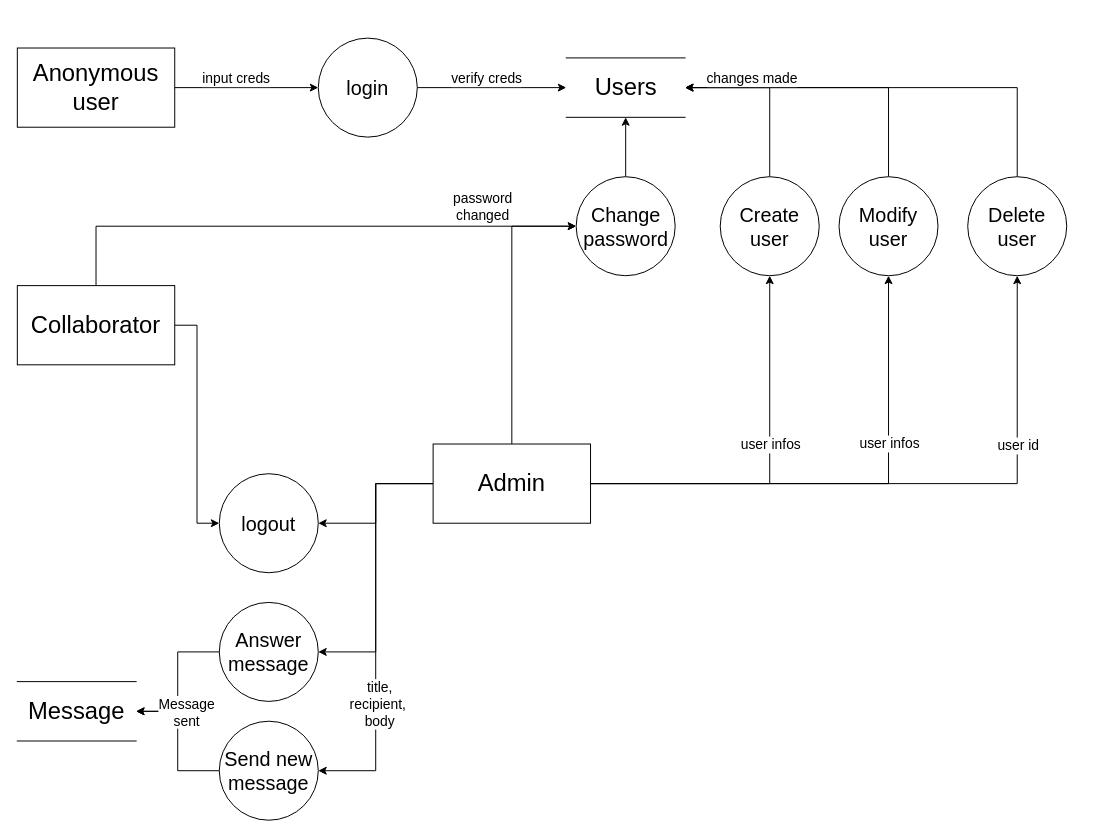
Above: rapport/Untitled Diagram.drawio in kurisukun/STI_Projet1 (draw.io), before the change. Source tidied: cells renumbered, new cells numbered last; positions are measured from the earlier drawing's top-left corner, leaving out a move shared by most shapes. Both pictures are drawn from the tidied source at 99%, with x=0, y=0 at pixel (17, 38).
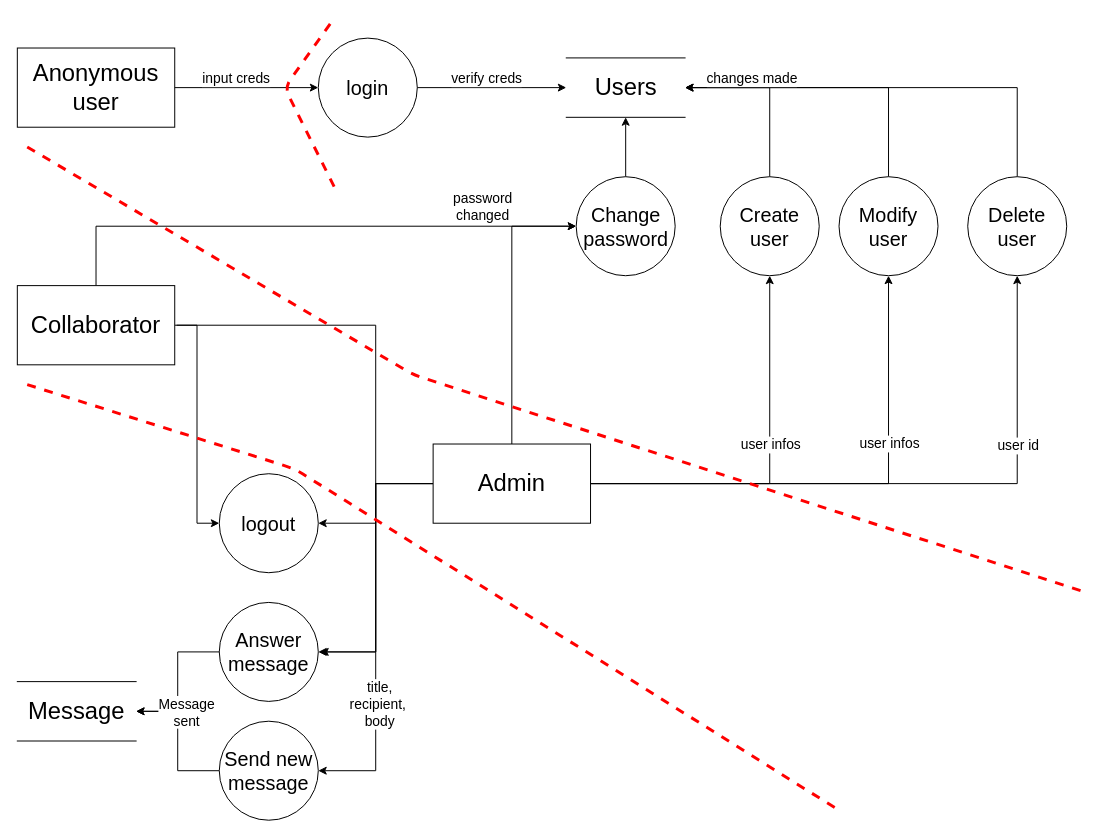
Above is the later version.

What changed in the source:
```diff
@@
+    <mxCell id="41" style="edgeStyle=orthogonalEdgeStyle;rounded=0;orthogonalLoop=1;jettySize=auto;html=1;exitX=1;exitY=0.5;exitDx=0;exitDy=0;entryX=1;entryY=0.5;entryDx=0;entryDy=0;strokeWidth=1;" parent="1" edge="1">
+      <mxGeometry relative="1" as="geometry">
+        <mxPoint x="161" y="290" as="sourcePoint" />
+        <mxPoint x="306" y="620" as="targetPoint" />
+        <Array as="points">
+          <mxPoint x="362" y="290" />
+          <mxPoint x="362" y="620" />
+        </Array>
+      </mxGeometry>
+    </mxCell>
@@
+    <mxCell id="42" style="endArrow=none;dashed=1;html=1;strokeColor=#FF0000;strokeWidth=3;" parent="1" edge="1">
+      <mxGeometry relative="1" as="geometry">
+        <mxPoint x="320" y="150" as="sourcePoint" />
+        <mxPoint x="320" y="-20" as="targetPoint" />
+        <Array as="points">
+          <mxPoint x="270" y="50" />
+        </Array>
+      </mxGeometry>
+    </mxCell>
+    <mxCell id="43" style="endArrow=none;dashed=1;html=1;strokeColor=#FF0000;strokeWidth=3;" parent="1" edge="1">
+      <mxGeometry relative="1" as="geometry">
+        <mxPoint x="10" y="110" as="sourcePoint" />
+        <mxPoint x="1080" y="560" as="targetPoint" />
+        <Array as="points">
+          <mxPoint x="400" y="340" />
+        </Array>
+      </mxGeometry>
+    </mxCell>
+    <mxCell id="44" style="endArrow=none;dashed=1;html=1;strokeColor=#FF0000;strokeWidth=3;" parent="1" edge="1">
+      <mxGeometry relative="1" as="geometry">
+        <mxPoint x="10" y="350" as="sourcePoint" />
+        <mxPoint x="830" y="780" as="targetPoint" />
+        <Array as="points">
+          <mxPoint x="280" y="435" />
+        </Array>
+      </mxGeometry>
+    </mxCell>
```
